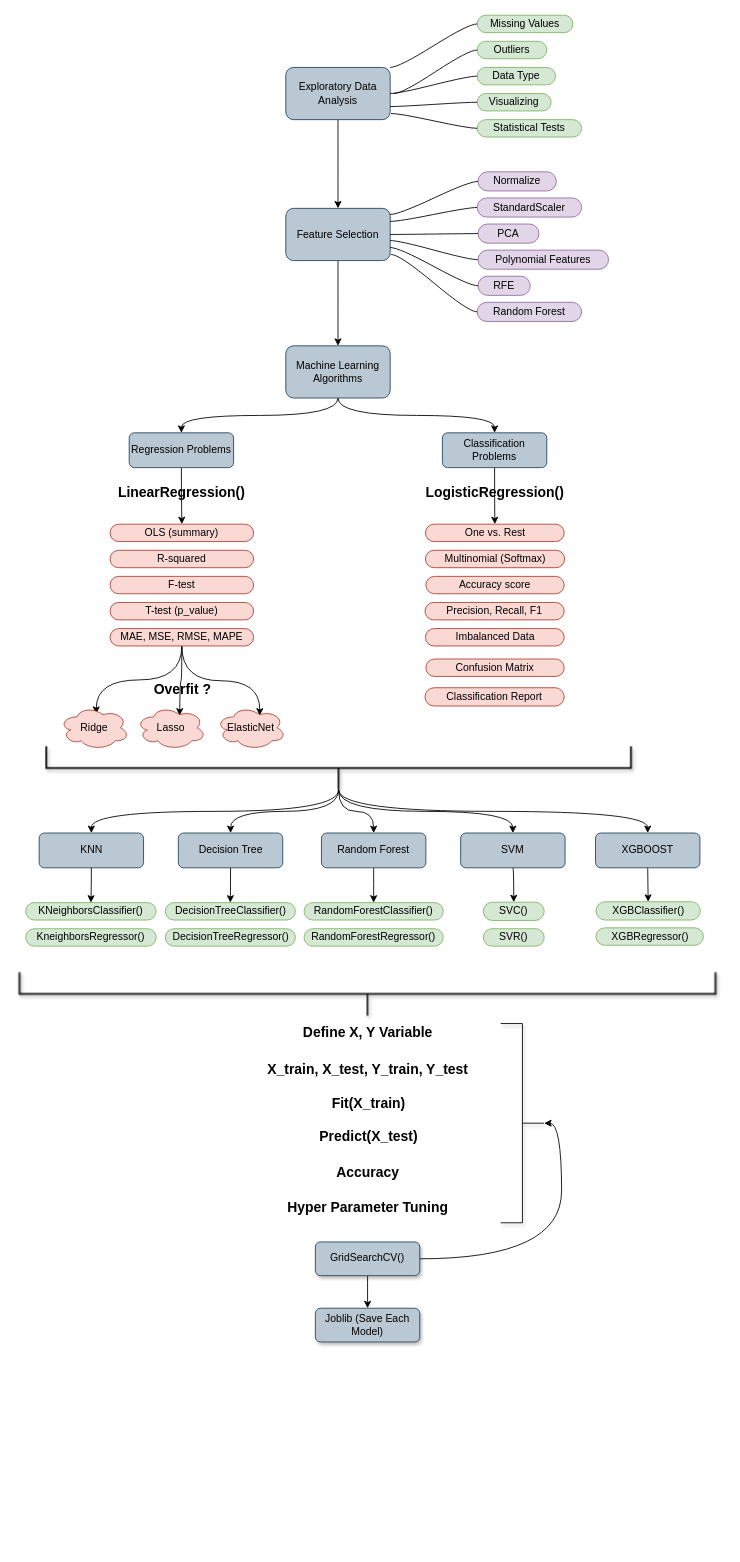
Above: Untitled Diagram.drawio in Afranur-Artar/Assignments (draw.io), before the change. Source tidied: cells renumbered, new cells numbered last; positions are measured from the earlier drawing's top-left corner, leaving out a move shared by most shapes. Both pictures are drawn from the tidied source at 87%, with x=0, y=0 at pixel (25, 15).
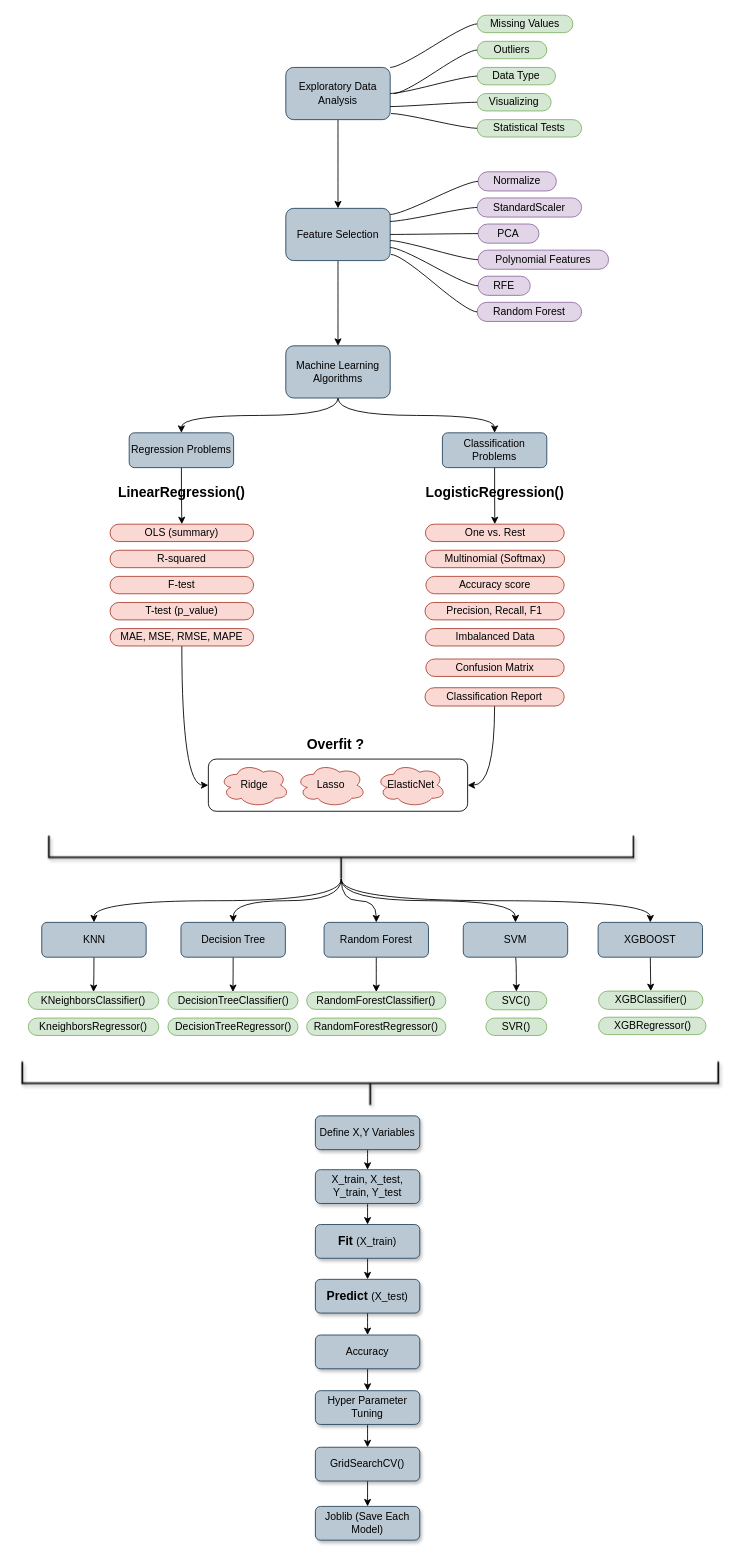
Above is the later version.

The change refers to these unchanged cells:
```xml
<mxCell id="42" value="MAE, MSE, RMSE, MAPE" style="whiteSpace=wrap;html=1;rounded=1;arcSize=50;align=center;verticalAlign=middle;strokeWidth=1;spacing=4;newEdgeStyle={&quot;edgeStyle&quot;:&quot;entityRelationEdgeStyle&quot;,&quot;startArrow&quot;:&quot;none&quot;,&quot;endArrow&quot;:&quot;none&quot;,&quot;segment&quot;:10,&quot;curved&quot;:1};fillColor=#fad9d5;strokeColor=#ae4132;" parent="1" vertex="1">
  <mxGeometry x="97" y="705" width="165" height="20" as="geometry" />
</mxCell>
<mxCell id="71" value="Classification Report" style="whiteSpace=wrap;html=1;rounded=1;arcSize=50;align=center;verticalAlign=middle;strokeWidth=1;spacing=4;newEdgeStyle={&quot;edgeStyle&quot;:&quot;entityRelationEdgeStyle&quot;,&quot;startArrow&quot;:&quot;none&quot;,&quot;endArrow&quot;:&quot;none&quot;,&quot;segment&quot;:10,&quot;curved&quot;:1};fillColor=#fad9d5;strokeColor=#ae4132;" parent="1" vertex="1">
  <mxGeometry x="459" y="773" width="160" height="21" as="geometry" />
</mxCell>
```

Diff of the diagram source:
```diff
@@
-    <mxCell id="39" style="edgeStyle=orthogonalEdgeStyle;curved=1;rounded=0;jettySize=auto;html=1;exitX=0.5;exitY=1;exitDx=0;exitDy=0;entryX=0.525;entryY=0.16;entryDx=0;entryDy=0;entryPerimeter=0;" parent="1" edge="1" source="42">
-      <mxGeometry relative="1" as="geometry">
-        <mxPoint x="81" y="803" as="targetPoint" />
-      </mxGeometry>
-    </mxCell>
-    <mxCell id="40" style="edgeStyle=orthogonalEdgeStyle;curved=1;rounded=0;jettySize=auto;html=1;exitX=0.5;exitY=1;exitDx=0;exitDy=0;entryX=0.625;entryY=0.2;entryDx=0;entryDy=0;entryPerimeter=0;" parent="1" edge="1" source="42">
-      <mxGeometry relative="1" as="geometry">
-        <mxPoint x="177" y="805" as="targetPoint" />
-      </mxGeometry>
-    </mxCell>
-    <mxCell id="41" style="edgeStyle=orthogonalEdgeStyle;curved=1;rounded=0;jettySize=auto;html=1;exitX=0.5;exitY=1;exitDx=0;exitDy=0;entryX=0.625;entryY=0.2;entryDx=0;entryDy=0;entryPerimeter=0;" parent="1" edge="1" source="42">
-      <mxGeometry relative="1" as="geometry">
-        <mxPoint x="269" y="805" as="targetPoint" />
-      </mxGeometry>
-    </mxCell>
+    <mxCell id="94" style="edgeStyle=orthogonalEdgeStyle;curved=1;rounded=0;jettySize=auto;html=1;exitX=0.5;exitY=1;exitDx=0;exitDy=0;entryX=0;entryY=0.5;entryDx=0;entryDy=0;" parent="1" edge="1" source="42" target="96">
+      <mxGeometry relative="1" as="geometry" />
+    </mxCell>
@@
     <mxCell id="43" value="Ridge" style="ellipse;shape=cloud;whiteSpace=wrap;html=1;strokeColor=#ae4132;fillColor=#fad9d5;" parent="1" vertex="1">
-      <mxGeometry x="39" y="794" width="80" height="50" as="geometry" />
+      <mxGeometry x="223" y="860" width="80" height="50" as="geometry" />
     </mxCell>
     <mxCell id="44" value="Lasso" style="ellipse;shape=cloud;whiteSpace=wrap;html=1;strokeColor=#ae4132;fillColor=#fad9d5;" parent="1" vertex="1">
-      <mxGeometry x="127" y="794" width="80" height="50" as="geometry" />
+      <mxGeometry x="311" y="860" width="80" height="50" as="geometry" />
     </mxCell>
     <mxCell id="45" value="ElasticNet" style="ellipse;shape=cloud;whiteSpace=wrap;html=1;strokeColor=#ae4132;fillColor=#fad9d5;" parent="1" vertex="1">
-      <mxGeometry x="219" y="794" width="80" height="50" as="geometry" />
+      <mxGeometry x="403" y="860" width="80" height="50" as="geometry" />
     </mxCell>
     <mxCell id="46" value="&lt;b&gt;&lt;font style=&quot;font-size: 16px&quot;&gt;Overfit ?&lt;/font&gt;&lt;/b&gt;" style="text;html=1;align=center;verticalAlign=middle;" parent="1" vertex="1">
-      <mxGeometry x="139.5" y="765" width="80" height="20" as="geometry" />
+      <mxGeometry x="316" y="827.7" width="80" height="20" as="geometry" />
     </mxCell>
@@
     <mxCell id="57" style="strokeWidth=2;html=1;shape=mxgraph.flowchart.annotation_2;align=left;labelPosition=right;fillColor=#C3ABD0;rotation=-90;shadow=1;sketch=0;" parent="1" vertex="1">
-      <mxGeometry x="334.7" y="529.3" width="50" height="671.9" as="geometry" />
+      <mxGeometry x="337.7" y="632" width="50" height="671.9" as="geometry" />
     </mxCell>
@@
     <mxCell id="59" value="KNN" style="rounded=1;whiteSpace=wrap;html=1;strokeColor=#23445d;fillColor=#bac8d3;" parent="1" vertex="1">
-      <mxGeometry x="15.5" y="940" width="120" height="40" as="geometry" />
+      <mxGeometry x="18.5" y="1042.7" width="120" height="40" as="geometry" />
     </mxCell>
@@
     <mxCell id="61" value="Decision Tree" style="rounded=1;whiteSpace=wrap;html=1;strokeColor=#23445d;fillColor=#bac8d3;" parent="1" vertex="1">
-      <mxGeometry x="175.5" y="940" width="120" height="40" as="geometry" />
+      <mxGeometry x="178.5" y="1042.7" width="120" height="40" as="geometry" />
     </mxCell>
@@
     <mxCell id="63" value="Random Forest" style="rounded=1;whiteSpace=wrap;html=1;strokeColor=#23445d;fillColor=#bac8d3;" parent="1" vertex="1">
-      <mxGeometry x="340" y="940" width="120" height="40" as="geometry" />
+      <mxGeometry x="343" y="1042.7" width="120" height="40" as="geometry" />
     </mxCell>
@@
     <mxCell id="65" value="SVM" style="rounded=1;whiteSpace=wrap;html=1;strokeColor=#23445d;fillColor=#bac8d3;" parent="1" vertex="1">
-      <mxGeometry x="500" y="940" width="120" height="40" as="geometry" />
+      <mxGeometry x="503" y="1042.7" width="120" height="40" as="geometry" />
     </mxCell>
@@
     <mxCell id="67" value="XGBOOST" style="rounded=1;whiteSpace=wrap;html=1;strokeColor=#23445d;fillColor=#bac8d3;" parent="1" vertex="1">
-      <mxGeometry x="655" y="940" width="120" height="40" as="geometry" />
+      <mxGeometry x="658" y="1042.7" width="120" height="40" as="geometry" />
     </mxCell>
@@
+    <mxCell id="95" style="edgeStyle=orthogonalEdgeStyle;curved=1;rounded=0;jettySize=auto;html=1;exitX=0.5;exitY=1;exitDx=0;exitDy=0;entryX=1;entryY=0.5;entryDx=0;entryDy=0;" parent="1" edge="1" source="71" target="96">
+      <mxGeometry relative="1" as="geometry" />
+    </mxCell>
@@
     <mxCell id="72" value="KNeighborsClassifier()" style="whiteSpace=wrap;html=1;rounded=1;arcSize=50;align=center;verticalAlign=middle;strokeWidth=1;spacing=4;newEdgeStyle={&quot;edgeStyle&quot;:&quot;entityRelationEdgeStyle&quot;,&quot;startArrow&quot;:&quot;none&quot;,&quot;endArrow&quot;:&quot;none&quot;,&quot;segment&quot;:10,&quot;curved&quot;:1};fillColor=#d5e8d4;strokeColor=#82b366;" parent="1" vertex="1">
-      <mxGeometry y="1020" width="150" height="20" as="geometry" />
+      <mxGeometry x="3" y="1122.7" width="150" height="20" as="geometry" />
     </mxCell>
     <mxCell id="73" value="KneighborsRegressor()" style="whiteSpace=wrap;html=1;rounded=1;arcSize=50;align=center;verticalAlign=middle;strokeWidth=1;spacing=4;newEdgeStyle={&quot;edgeStyle&quot;:&quot;entityRelationEdgeStyle&quot;,&quot;startArrow&quot;:&quot;none&quot;,&quot;endArrow&quot;:&quot;none&quot;,&quot;segment&quot;:10,&quot;curved&quot;:1};fillColor=#d5e8d4;strokeColor=#82b366;" parent="1" vertex="1">
-      <mxGeometry y="1050" width="150" height="20" as="geometry" />
+      <mxGeometry x="3" y="1152.7" width="150" height="20" as="geometry" />
     </mxCell>
     <mxCell id="74" value="DecisionTreeClassifier()" style="whiteSpace=wrap;html=1;rounded=1;arcSize=50;align=center;verticalAlign=middle;strokeWidth=1;spacing=4;newEdgeStyle={&quot;edgeStyle&quot;:&quot;entityRelationEdgeStyle&quot;,&quot;startArrow&quot;:&quot;none&quot;,&quot;endArrow&quot;:&quot;none&quot;,&quot;segment&quot;:10,&quot;curved&quot;:1};fillColor=#d5e8d4;strokeColor=#82b366;" parent="1" vertex="1">
-      <mxGeometry x="160.5" y="1020" width="149.5" height="20" as="geometry" />
+      <mxGeometry x="163.5" y="1122.7" width="149.5" height="20" as="geometry" />
     </mxCell>
     <mxCell id="75" value="DecisionTreeRegressor()" style="whiteSpace=wrap;html=1;rounded=1;arcSize=50;align=center;verticalAlign=middle;strokeWidth=1;spacing=4;newEdgeStyle={&quot;edgeStyle&quot;:&quot;entityRelationEdgeStyle&quot;,&quot;startArrow&quot;:&quot;none&quot;,&quot;endArrow&quot;:&quot;none&quot;,&quot;segment&quot;:10,&quot;curved&quot;:1};fillColor=#d5e8d4;strokeColor=#82b366;" parent="1" vertex="1">
-      <mxGeometry x="160.5" y="1050" width="149.5" height="20" as="geometry" />
+      <mxGeometry x="163.5" y="1152.7" width="149.5" height="20" as="geometry" />
     </mxCell>
     <mxCell id="76" value="RandomForestClassifier()" style="whiteSpace=wrap;html=1;rounded=1;arcSize=50;align=center;verticalAlign=middle;strokeWidth=1;spacing=4;newEdgeStyle={&quot;edgeStyle&quot;:&quot;entityRelationEdgeStyle&quot;,&quot;startArrow&quot;:&quot;none&quot;,&quot;endArrow&quot;:&quot;none&quot;,&quot;segment&quot;:10,&quot;curved&quot;:1};fillColor=#d5e8d4;strokeColor=#82b366;" parent="1" vertex="1">
-      <mxGeometry x="320" y="1020" width="160" height="20" as="geometry" />
+      <mxGeometry x="323" y="1122.7" width="160" height="20" as="geometry" />
     </mxCell>
     <mxCell id="77" value="RandomForestRegressor()" style="whiteSpace=wrap;html=1;rounded=1;arcSize=50;align=center;verticalAlign=middle;strokeWidth=1;spacing=4;newEdgeStyle={&quot;edgeStyle&quot;:&quot;entityRelationEdgeStyle&quot;,&quot;startArrow&quot;:&quot;none&quot;,&quot;endArrow&quot;:&quot;none&quot;,&quot;segment&quot;:10,&quot;curved&quot;:1};fillColor=#d5e8d4;strokeColor=#82b366;" parent="1" vertex="1">
-      <mxGeometry x="320" y="1050" width="160" height="20" as="geometry" />
+      <mxGeometry x="323" y="1152.7" width="160" height="20" as="geometry" />
     </mxCell>
     <mxCell id="78" value="SVC()" style="whiteSpace=wrap;html=1;rounded=1;arcSize=50;align=center;verticalAlign=middle;strokeWidth=1;spacing=4;newEdgeStyle={&quot;edgeStyle&quot;:&quot;entityRelationEdgeStyle&quot;,&quot;startArrow&quot;:&quot;none&quot;,&quot;endArrow&quot;:&quot;none&quot;,&quot;segment&quot;:10,&quot;curved&quot;:1};fillColor=#d5e8d4;strokeColor=#82b366;" parent="1" vertex="1">
-      <mxGeometry x="526" y="1019.5" width="70" height="21" as="geometry" />
+      <mxGeometry x="529" y="1122.2" width="70" height="21" as="geometry" />
     </mxCell>
     <mxCell id="79" value="SVR()" style="whiteSpace=wrap;html=1;rounded=1;arcSize=50;align=center;verticalAlign=middle;strokeWidth=1;spacing=4;newEdgeStyle={&quot;edgeStyle&quot;:&quot;entityRelationEdgeStyle&quot;,&quot;startArrow&quot;:&quot;none&quot;,&quot;endArrow&quot;:&quot;none&quot;,&quot;segment&quot;:10,&quot;curved&quot;:1};fillColor=#d5e8d4;strokeColor=#82b366;" parent="1" vertex="1">
-      <mxGeometry x="526" y="1050" width="70" height="20" as="geometry" />
+      <mxGeometry x="529" y="1152.7" width="70" height="20" as="geometry" />
     </mxCell>
     <mxCell id="80" value="XGBClassifier()" style="whiteSpace=wrap;html=1;rounded=1;arcSize=50;align=center;verticalAlign=middle;strokeWidth=1;spacing=4;newEdgeStyle={&quot;edgeStyle&quot;:&quot;entityRelationEdgeStyle&quot;,&quot;startArrow&quot;:&quot;none&quot;,&quot;endArrow&quot;:&quot;none&quot;,&quot;segment&quot;:10,&quot;curved&quot;:1};fillColor=#d5e8d4;strokeColor=#82b366;" parent="1" vertex="1">
-      <mxGeometry x="655.5" y="1019" width="120" height="21" as="geometry" />
+      <mxGeometry x="658.5" y="1121.7" width="120" height="21" as="geometry" />
     </mxCell>
     <mxCell id="81" value="XGBRegressor()" style="whiteSpace=wrap;html=1;rounded=1;arcSize=50;align=center;verticalAlign=middle;strokeWidth=1;spacing=4;newEdgeStyle={&quot;edgeStyle&quot;:&quot;entityRelationEdgeStyle&quot;,&quot;startArrow&quot;:&quot;none&quot;,&quot;endArrow&quot;:&quot;none&quot;,&quot;segment&quot;:10,&quot;curved&quot;:1};fillColor=#d5e8d4;strokeColor=#82b366;" parent="1" vertex="1">
-      <mxGeometry x="655.5" y="1049" width="123.5" height="20" as="geometry" />
+      <mxGeometry x="658.5" y="1151.7" width="123.5" height="20" as="geometry" />
     </mxCell>
     <mxCell id="82" style="strokeWidth=2;html=1;shape=mxgraph.flowchart.annotation_2;align=left;labelPosition=right;shadow=1;sketch=0;fillColor=#C3ABD0;rotation=-90;" parent="1" vertex="1">
-      <mxGeometry x="368" y="725" width="50" height="800" as="geometry" />
+      <mxGeometry x="371" y="827.7" width="50" height="800" as="geometry" />
     </mxCell>
-    <mxCell id="83" style="edgeStyle=orthogonalEdgeStyle;curved=1;rounded=0;jettySize=auto;html=1;exitX=1;exitY=0.5;exitDx=0;exitDy=0;entryX=0;entryY=0.5;entryDx=0;entryDy=0;entryPerimeter=0;" parent="1" edge="1" source="85" target="92">
-      <mxGeometry relative="1" as="geometry" />
-    </mxCell>
@@
     <mxCell id="85" value="GridSearchCV()" style="rounded=1;whiteSpace=wrap;html=1;shadow=1;sketch=0;strokeColor=#23445d;fillColor=#bac8d3;" parent="1" vertex="1">
-      <mxGeometry x="333" y="1410" width="120" height="38.8" as="geometry" />
+      <mxGeometry x="333" y="1646" width="120" height="38.8" as="geometry" />
     </mxCell>
+    <mxCell id="93" value="Joblib (Save Each Model)" style="rounded=1;whiteSpace=wrap;html=1;shadow=1;sketch=0;strokeColor=#23445d;fillColor=#bac8d3;" parent="1" vertex="1">
+      <mxGeometry x="333" y="1714" width="120" height="38.8" as="geometry" />
+    </mxCell>
+    <mxCell id="96" style="rounded=1;whiteSpace=wrap;html=1;fillColor=none;" parent="1" vertex="1">
+      <mxGeometry x="210" y="855" width="298" height="60" as="geometry" />
+    </mxCell>
+    <mxCell id="97" style="edgeStyle=orthogonalEdgeStyle;curved=1;rounded=0;jettySize=auto;html=1;exitX=0.5;exitY=1;exitDx=0;exitDy=0;entryX=0.5;entryY=0;entryDx=0;entryDy=0;" parent="1" edge="1" source="98" target="88">
+      <mxGeometry relative="1" as="geometry" />
+    </mxCell>
+    <mxCell id="98" value="Define X,Y Variables" style="rounded=1;whiteSpace=wrap;html=1;shadow=1;sketch=0;strokeColor=#23445d;fillColor=#bac8d3;" parent="1" vertex="1">
+      <mxGeometry x="333" y="1265.1" width="120" height="38.8" as="geometry" />
+    </mxCell>
+    <mxCell id="99" style="edgeStyle=orthogonalEdgeStyle;curved=1;rounded=0;jettySize=auto;html=1;exitX=0.5;exitY=1;exitDx=0;exitDy=0;entryX=0.5;entryY=0;entryDx=0;entryDy=0;" parent="1" edge="1" source="88" target="101">
+      <mxGeometry relative="1" as="geometry" />
+    </mxCell>
+    <mxCell id="88" value="X_train, X_test, Y_train, Y_test" style="rounded=1;whiteSpace=wrap;html=1;shadow=1;sketch=0;strokeColor=#23445d;fillColor=#bac8d3;" parent="1" vertex="1">
+      <mxGeometry x="333" y="1327" width="120" height="38.8" as="geometry" />
+    </mxCell>
+    <mxCell id="100" style="edgeStyle=orthogonalEdgeStyle;curved=1;rounded=0;jettySize=auto;html=1;exitX=0.5;exitY=1;exitDx=0;exitDy=0;entryX=0.5;entryY=0;entryDx=0;entryDy=0;" parent="1" edge="1" source="101" target="103">
+      <mxGeometry relative="1" as="geometry" />
+    </mxCell>
+    <mxCell id="101" value="&lt;b&gt;&lt;font style=&quot;font-size: 14px&quot;&gt;Fit &lt;/font&gt;&lt;/b&gt;(X_train)" style="rounded=1;whiteSpace=wrap;html=1;shadow=1;sketch=0;strokeColor=#23445d;fillColor=#bac8d3;" parent="1" vertex="1">
+      <mxGeometry x="333" y="1390" width="120" height="38.8" as="geometry" />
+    </mxCell>
+    <mxCell id="102" style="edgeStyle=orthogonalEdgeStyle;curved=1;rounded=0;jettySize=auto;html=1;exitX=0.5;exitY=1;exitDx=0;exitDy=0;entryX=0.5;entryY=0;entryDx=0;entryDy=0;" parent="1" edge="1" source="103" target="91">
+      <mxGeometry relative="1" as="geometry" />
+    </mxCell>
+    <mxCell id="103" value="&lt;b&gt;&lt;font style=&quot;font-size: 14px&quot;&gt;Predict&amp;nbsp;&lt;/font&gt;&lt;/b&gt;(X_test)" style="rounded=1;whiteSpace=wrap;html=1;shadow=1;sketch=0;strokeColor=#23445d;fillColor=#bac8d3;" parent="1" vertex="1">
+      <mxGeometry x="333" y="1453" width="120" height="38.8" as="geometry" />
+    </mxCell>
+    <mxCell id="104" style="edgeStyle=orthogonalEdgeStyle;curved=1;rounded=0;jettySize=auto;html=1;exitX=0.5;exitY=1;exitDx=0;exitDy=0;entryX=0.5;entryY=0;entryDx=0;entryDy=0;" parent="1" edge="1" source="91" target="86">
+      <mxGeometry relative="1" as="geometry" />
+    </mxCell>
+    <mxCell id="91" value="&lt;font style=&quot;font-size: 12px&quot;&gt;Accuracy&lt;/font&gt;" style="rounded=1;whiteSpace=wrap;html=1;shadow=1;sketch=0;strokeColor=#23445d;fillColor=#bac8d3;" parent="1" vertex="1">
+      <mxGeometry x="333" y="1517" width="120" height="38.8" as="geometry" />
+    </mxCell>
+    <mxCell id="105" style="edgeStyle=orthogonalEdgeStyle;curved=1;rounded=0;jettySize=auto;html=1;exitX=0.5;exitY=1;exitDx=0;exitDy=0;entryX=0.5;entryY=0;entryDx=0;entryDy=0;" parent="1" edge="1" source="86" target="85">
+      <mxGeometry relative="1" as="geometry" />
+    </mxCell>
-    <mxCell id="86" value="&lt;b&gt;&lt;font style=&quot;font-size: 16px&quot;&gt;Hyper Parameter Tuning&lt;/font&gt;&lt;/b&gt;" style="text;html=1;align=center;verticalAlign=middle;points=[];" parent="1" vertex="1">
-      <mxGeometry x="293" y="1360" width="200" height="20" as="geometry" />
+    <mxCell id="86" value="&lt;font style=&quot;font-size: 12px&quot;&gt;Hyper Parameter Tuning&lt;/font&gt;" style="rounded=1;whiteSpace=wrap;html=1;shadow=1;sketch=0;strokeColor=#23445d;fillColor=#bac8d3;" parent="1" vertex="1">
+      <mxGeometry x="333" y="1581" width="120" height="38.8" as="geometry" />
     </mxCell>
-    <mxCell id="87" value="&lt;b&gt;&lt;font style=&quot;font-size: 16px&quot;&gt;Define X, Y Variable&lt;/font&gt;&lt;/b&gt;" style="text;html=1;align=center;verticalAlign=middle;" parent="1" vertex="1">
-      <mxGeometry x="313" y="1159" width="160" height="20" as="geometry" />
-    </mxCell>
-    <mxCell id="88" value="&lt;b&gt;&lt;font style=&quot;font-size: 16px&quot;&gt;X_train, X_test, Y_train, Y_test&lt;/font&gt;&lt;/b&gt;" style="text;html=1;align=center;verticalAlign=middle;points=[];" parent="1" vertex="1">
-      <mxGeometry x="268" y="1201.2" width="250" height="20" as="geometry" />
-    </mxCell>
-    <mxCell id="89" value="&lt;b&gt;&lt;font style=&quot;font-size: 16px&quot;&gt;Fit(X_train)&lt;/font&gt;&lt;/b&gt;" style="text;html=1;align=center;verticalAlign=middle;" parent="1" vertex="1">
-      <mxGeometry x="344" y="1240" width="100" height="20" as="geometry" />
-    </mxCell>
-    <mxCell id="90" value="&lt;b&gt;&lt;font style=&quot;font-size: 16px&quot;&gt;Predict(X_test)&lt;/font&gt;&lt;/b&gt;" style="text;html=1;align=center;verticalAlign=middle;" parent="1" vertex="1">
-      <mxGeometry x="329" y="1278.8" width="130" height="20" as="geometry" />
-    </mxCell>
-    <mxCell id="91" value="&lt;b&gt;&lt;font style=&quot;font-size: 16px&quot;&gt;Accuracy&lt;/font&gt;&lt;/b&gt;" style="text;html=1;align=center;verticalAlign=middle;points=[];" parent="1" vertex="1">
-      <mxGeometry x="348" y="1320" width="90" height="20" as="geometry" />
-    </mxCell>
-    <mxCell id="92" style="strokeWidth=1;html=1;shape=mxgraph.flowchart.annotation_2;align=left;labelPosition=right;shadow=1;sketch=0;fillColor=#C3ABD0;rotation=-180;" parent="1" vertex="1">
-      <mxGeometry x="546" y="1159" width="50" height="229" as="geometry" />
-    </mxCell>
-    <mxCell id="93" value="Joblib (Save Each Model)" style="rounded=1;whiteSpace=wrap;html=1;shadow=1;sketch=0;strokeColor=#23445d;fillColor=#bac8d3;" parent="1" vertex="1">
-      <mxGeometry x="333" y="1486.2" width="120" height="38.8" as="geometry" />
-    </mxCell>
```
